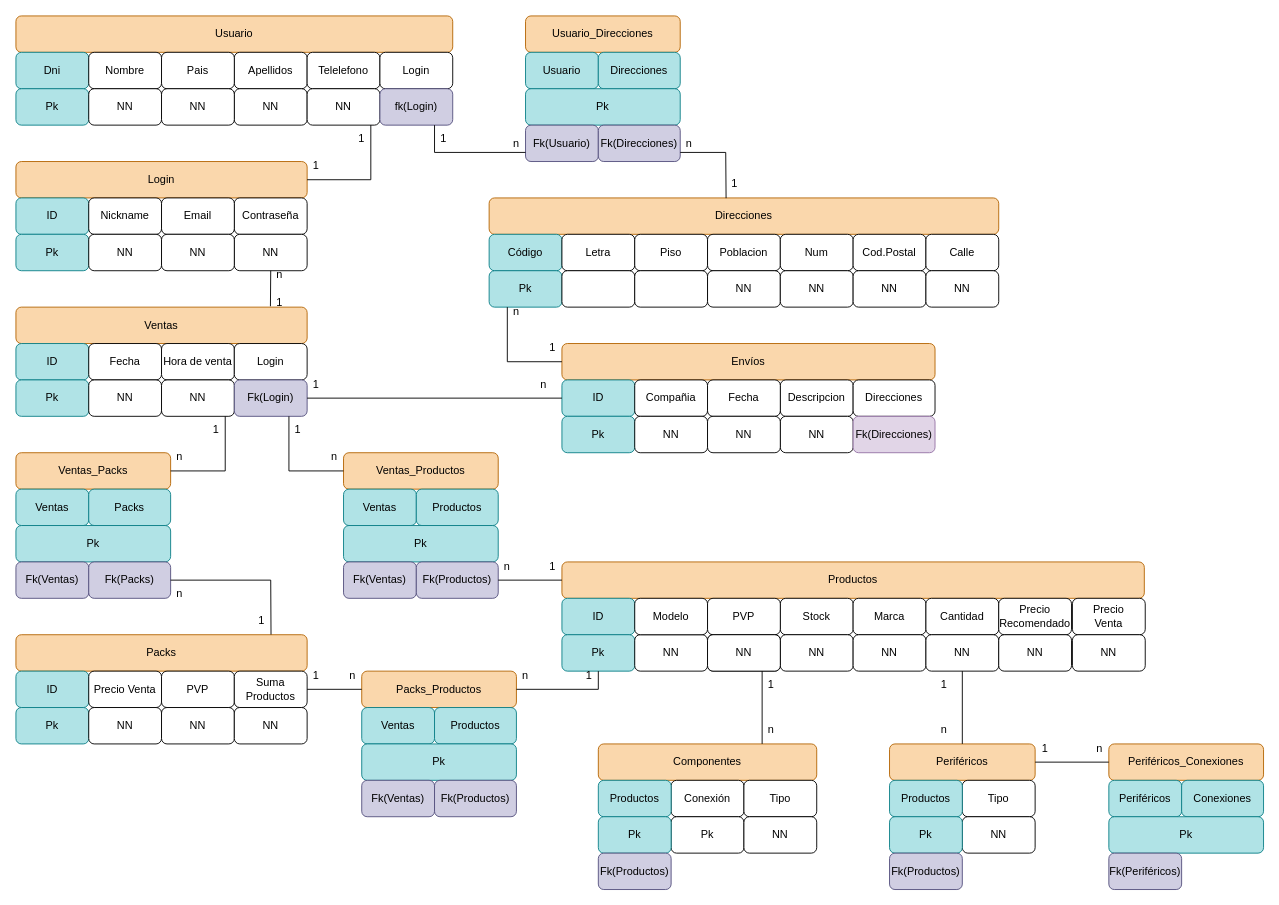
Earlier version of the draw.io diagram Bases de datos/IvanCernadasBD1/MR.drawio (Deux12/Base-de-datos). Source tidied: cells renumbered, new cells numbered last; positions are measured from the earlier drawing's top-left corner, leaving out a move shared by most shapes. Both pictures are drawn from the tidied source at 91%, with x=0, y=0 at pixel (15, 15).
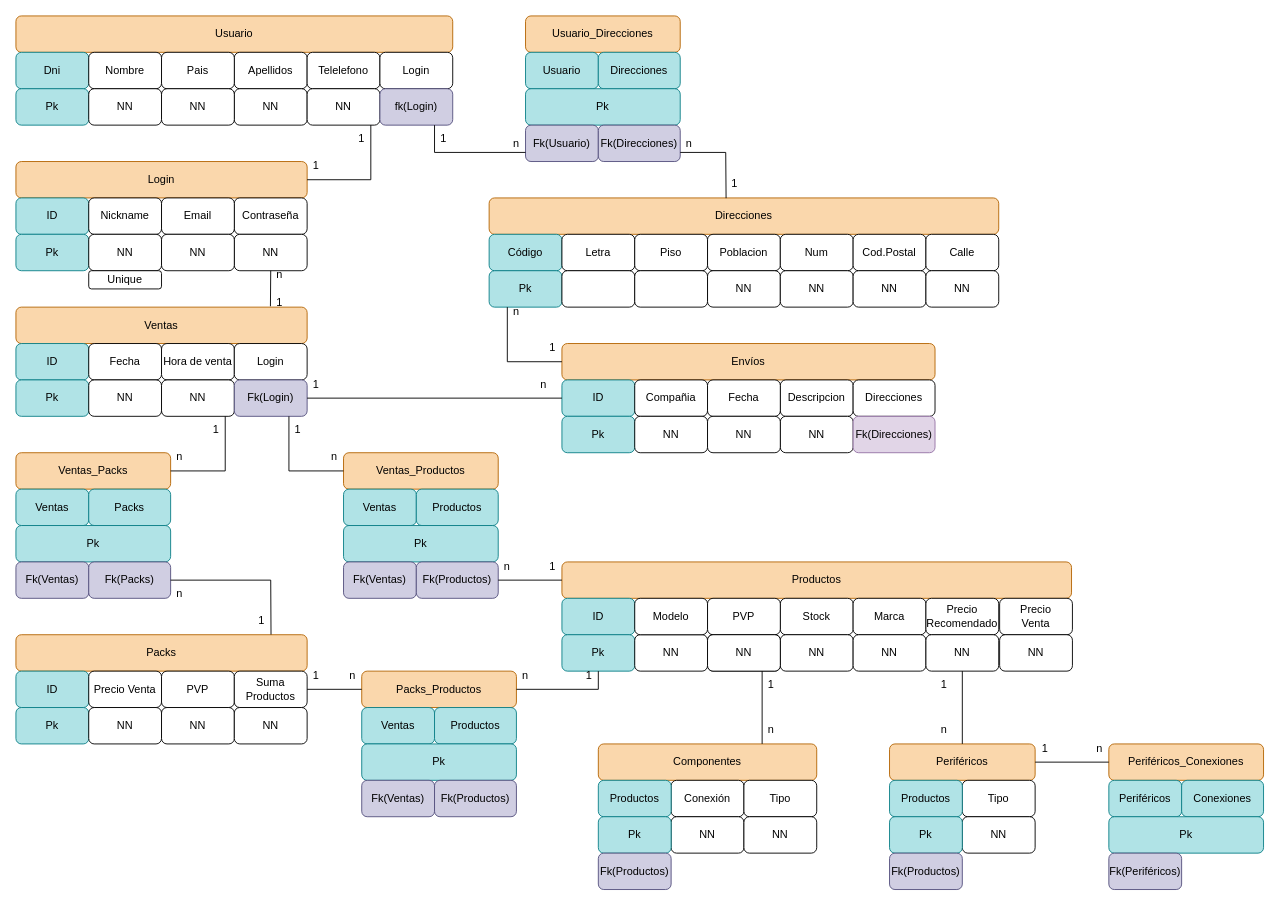
The same diagram, later.

Unchanged cells that the change refers to:
```xml
<mxCell id="159" value="Periféricos" style="whiteSpace=wrap;html=1;fillColor=#fad7ac;strokeColor=#b46504;rounded=1;" parent="1" vertex="1">
  <mxGeometry x="960" y="800" width="160" height="40" as="geometry" />
</mxCell>
```

Diff of the diagram source:
```diff
@@
     <mxCell id="120" value="Productos" style="whiteSpace=wrap;html=1;fillColor=#fad7ac;strokeColor=#b46504;rounded=1;" parent="1" vertex="1">
-      <mxGeometry x="600" y="600" width="640" height="40" as="geometry" />
+      <mxGeometry x="600" y="600" width="560" height="40" as="geometry" />
     </mxCell>
@@
-    <mxCell id="130" value="Cantidad" style="whiteSpace=wrap;html=1;rounded=1;" parent="1" vertex="1">
-      <mxGeometry x="1000" y="640" width="80" height="40" as="geometry" />
-    </mxCell>
-    <mxCell id="131" value="NN" style="whiteSpace=wrap;html=1;rounded=1;" parent="1" vertex="1">
-      <mxGeometry x="1000" y="680" width="80" height="40" as="geometry" />
-    </mxCell>
     <mxCell id="132" value="Precio&lt;br&gt;Recomendado" style="whiteSpace=wrap;html=1;rounded=1;" parent="1" vertex="1">
-      <mxGeometry x="1080" y="640" width="80" height="40" as="geometry" />
+      <mxGeometry x="1000" y="640" width="80" height="40" as="geometry" />
     </mxCell>
     <mxCell id="133" value="NN" style="whiteSpace=wrap;html=1;rounded=1;" parent="1" vertex="1">
-      <mxGeometry x="1080" y="680" width="80" height="40" as="geometry" />
+      <mxGeometry x="1000" y="680" width="80" height="40" as="geometry" />
     </mxCell>
@@
     <mxCell id="136" value="Precio&lt;br&gt;Venta" style="whiteSpace=wrap;html=1;rounded=1;" parent="1" vertex="1">
-      <mxGeometry x="1161" y="640" width="80" height="40" as="geometry" />
+      <mxGeometry x="1081" y="640" width="80" height="40" as="geometry" />
     </mxCell>
     <mxCell id="137" value="NN" style="whiteSpace=wrap;html=1;rounded=1;" parent="1" vertex="1">
-      <mxGeometry x="1161" y="680" width="80" height="40" as="geometry" />
+      <mxGeometry x="1081" y="680" width="80" height="40" as="geometry" />
     </mxCell>
@@
-    <mxCell id="157" value="Pk" style="whiteSpace=wrap;html=1;rounded=1;" parent="1" vertex="1">
+    <mxCell id="157" value="NN" style="whiteSpace=wrap;html=1;rounded=1;" parent="1" vertex="1">
       <mxGeometry x="720" y="880" width="80" height="40" as="geometry" />
     </mxCell>
@@
-    <mxCell id="174" style="endArrow=none;html=1;rounded=0;entryX=0.5;entryY=1;entryDx=0;entryDy=0;exitX=0.5;exitY=0;exitDx=0;exitDy=0;" parent="1" edge="1" source="159" target="131">
-      <mxGeometry relative="1" as="geometry" />
+    <mxCell id="174" style="endArrow=none;html=1;rounded=0;entryX=0.5;entryY=1;entryDx=0;entryDy=0;exitX=0.5;exitY=0;exitDx=0;exitDy=0;" parent="1" edge="1" source="159">
+      <mxGeometry relative="1" as="geometry">
+        <mxPoint x="1040" y="720" as="targetPoint" />
+      </mxGeometry>
     </mxCell>
@@
+    <mxCell id="182" value="Unique" style="whiteSpace=wrap;html=1;rounded=1;" parent="1" vertex="1">
+      <mxGeometry x="80" y="280" width="80" height="20" as="geometry" />
+    </mxCell>
```
